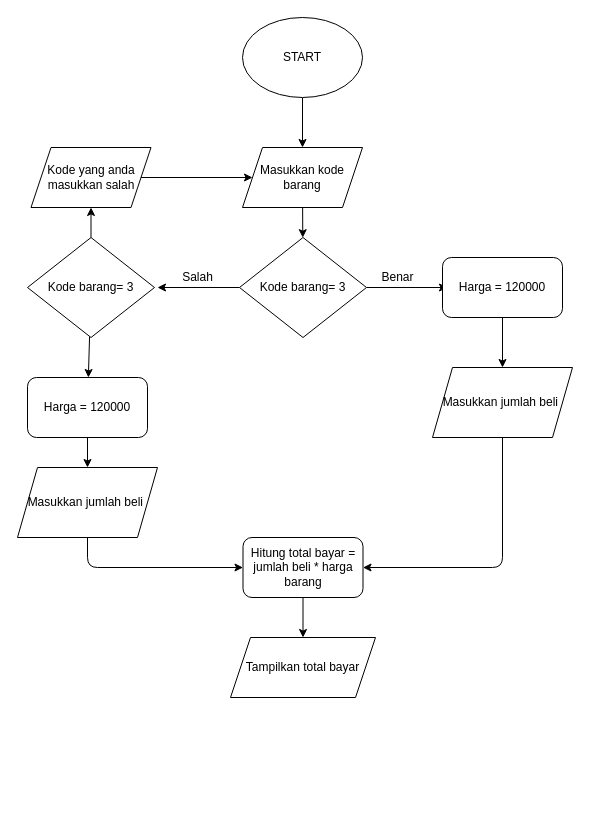
This is flowchart.drawio from sakhaardiansyah/Sakha_Ardiansyah-Sistem_Kasir, a draw.io file, before an edit. Source tidied: cells renumbered, new cells numbered last; positions are measured from the earlier drawing's top-left corner, leaving out a move shared by most shapes. Both pictures are drawn from the tidied source at 100%, with x=0, y=0 at pixel (17, 17).
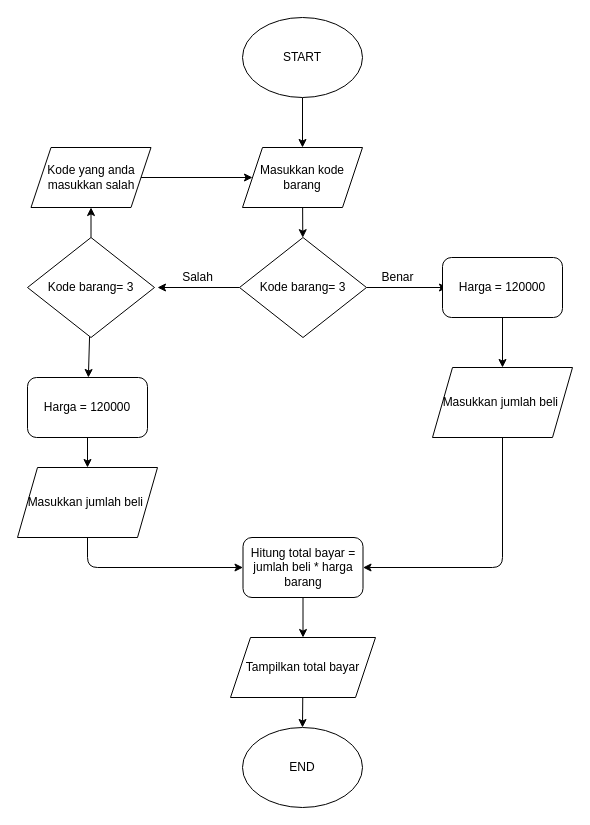
The same page after the edit.

Commit message:
Flowchart Selesai

Unchanged cells that the change refers to:
```xml
<mxCell id="26" value="Tampilkan total bayar" style="shape=parallelogram;perimeter=parallelogramPerimeter;whiteSpace=wrap;html=1;fixedSize=1;" parent="1" vertex="1">
  <mxGeometry x="213" y="620" width="145" height="60" as="geometry" />
</mxCell>
```

Change to the diagram source:
```diff
@@
+    <mxCell id="27" style="edgeStyle=none;html=1;" parent="1" edge="1" source="26" target="28">
+      <mxGeometry relative="1" as="geometry" />
+    </mxCell>
@@
+    <mxCell id="28" value="END" style="ellipse;whiteSpace=wrap;html=1;" parent="1" vertex="1">
+      <mxGeometry x="225" y="710" width="120" height="80" as="geometry" />
+    </mxCell>
```
